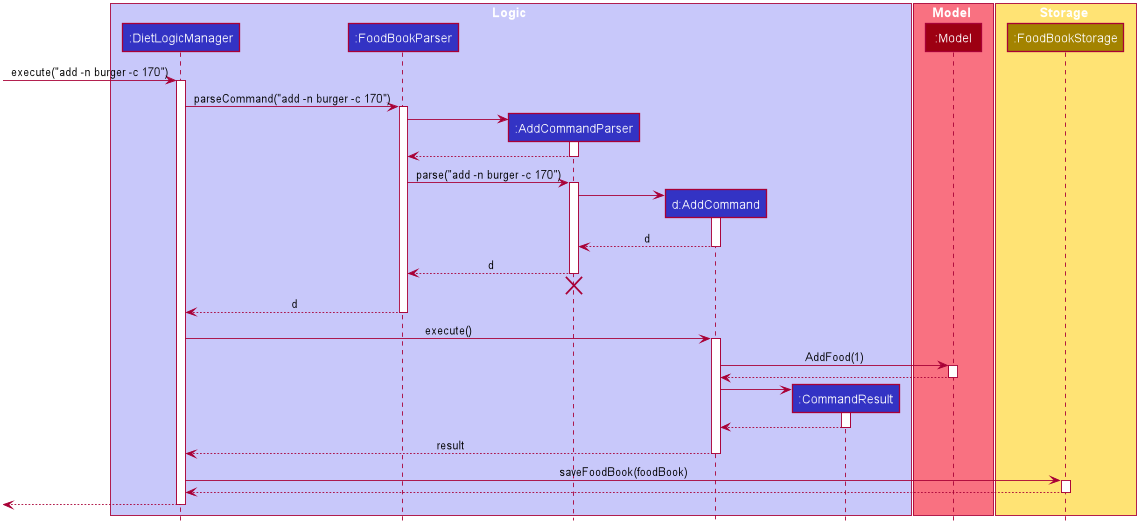
Earlier version of the PlantUML export images/DietTrackerAddCommandSequenceDiagram.png (AY1920S2-CS2103T-W13-1/main).
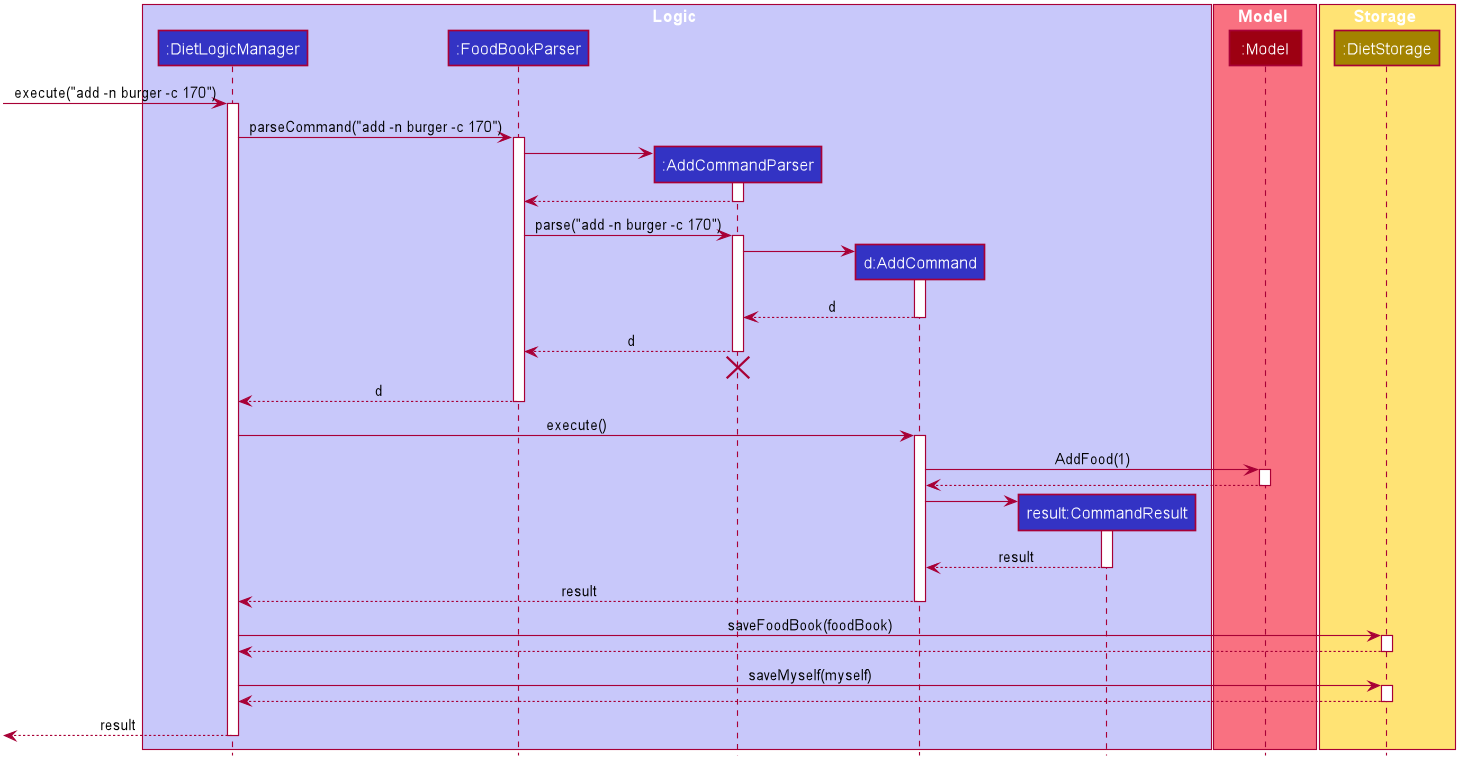
After the commit.

Diff of the diagram source:
```diff
@@ -54,7 +54,7 @@
 participant ":FoodBookParser" as FoodBookParser #3333C4
 participant ":AddCommandParser" as AddCommandParser #3333C4
 participant "d:AddCommand" as AddCommand #3333C4
-participant ":CommandResult" as CommandResult #3333C4
+participant "result:CommandResult" as CommandResult #3333C4
 end box
 
 box Model #F97181
@@ -62,7 +62,7 @@
 end box
 
 box Storage #FFE374
-participant ":FoodBookStorage" as FoodBookStorage #A38300
+participant ":DietStorage" as FoodBookStorage #A38300
 end box
 
 [-> LogicManager : execute("add -n burger -c 170")
@@ -109,7 +109,7 @@
 AddCommand -> CommandResult
 activate CommandResult
 
-CommandResult --> AddCommand
+CommandResult --> AddCommand : result
 deactivate CommandResult
 
 AddCommand --> LogicManager : result
@@ -121,6 +121,12 @@
 FoodBookStorage --> LogicManager
 deactivate FoodBookStorage
 
-[<--LogicManager
+LogicManager -> FoodBookStorage : saveMyself(myself)
+activate FoodBookStorage
+
+FoodBookStorage --> LogicManager
+deactivate FoodBookStorage
+
+[<--LogicManager : result
 deactivate LogicManager
 @enduml
```
